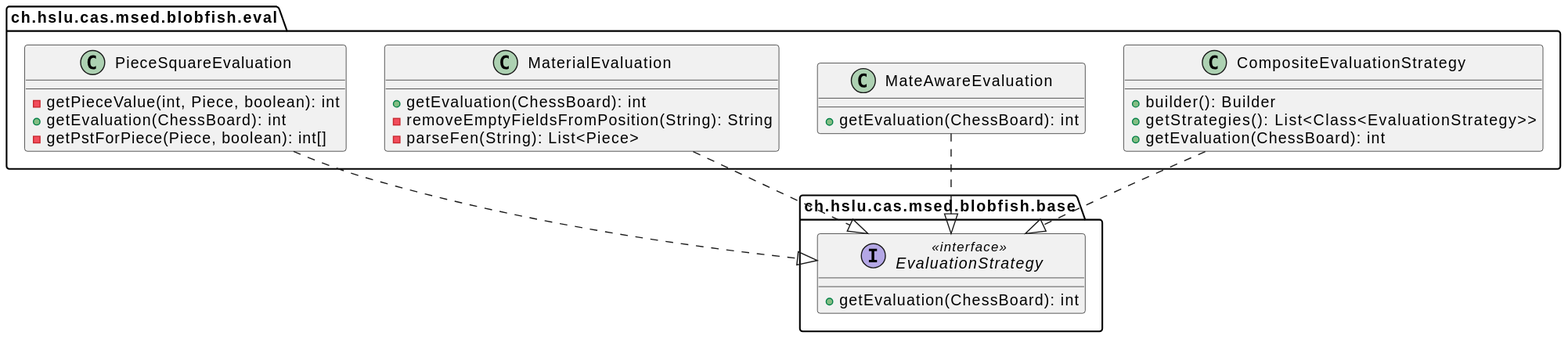
l2c0r3/blobfish keeps this PlantUML diagram as docs/generated-diagrams/eval-code.svg. Above is the earlier version.
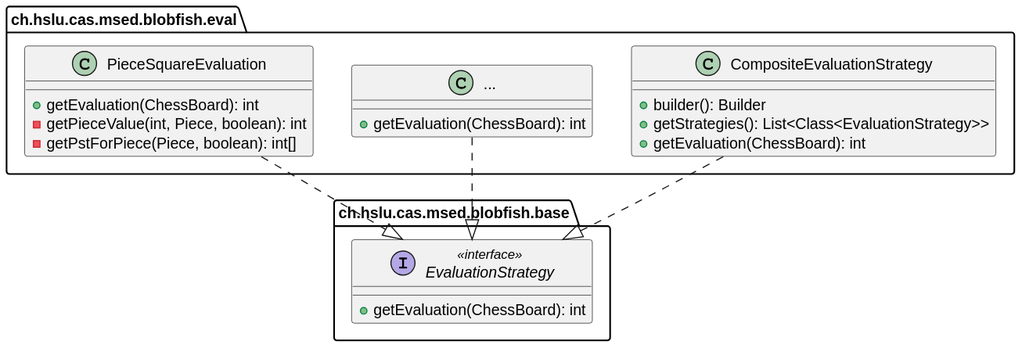
The same diagram one commit later.

Diff of the diagram source:
```diff
@@ -15,17 +15,12 @@
       + getStrategies(): List<Class<EvaluationStrategy>>
       + getEvaluation(ChessBoard): int
     }
-    class MateAwareEvaluation {
+    class "..." as someClass {
       + getEvaluation(ChessBoard): int
     }
-    class MaterialEvaluation {
+    class PieceSquareEvaluation {
       + getEvaluation(ChessBoard): int
-      - removeEmptyFieldsFromPosition(String): String
-      - parseFen(String): List<Piece>
-    }
-    class PieceSquareEvaluation {
       - getPieceValue(int, Piece, boolean): int
-      + getEvaluation(ChessBoard): int
       - getPstForPiece(Piece, boolean): int[]
     }
 }
@@ -33,7 +28,6 @@
 EvaluationStrategy -[hidden]down- CompositeEvaluationStrategy
 
 CompositeEvaluationStrategy  -[dashed]-^  EvaluationStrategy
-MateAwareEvaluation          -[dashed]-^  EvaluationStrategy
-MaterialEvaluation           -[dashed]-^  EvaluationStrategy
+someClass           -[dashed]-^  EvaluationStrategy
 PieceSquareEvaluation        -[dashed]-^  EvaluationStrategy
 @enduml
```
